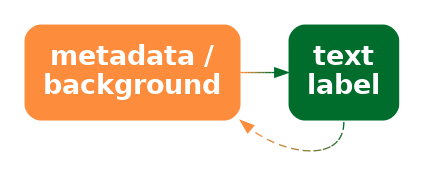
This is Diagrams/meta-label.png from pmur002/hdvw, a Graphviz export, as it was before one commit. Its source is kept beside it as Diagrams/meta-label.dot.
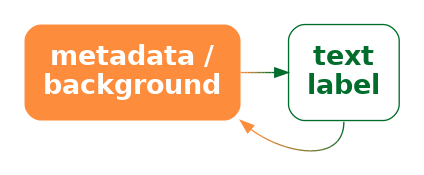
Above is the later version.

Change to the diagram source:
```diff
@@ -3,7 +3,7 @@
   node [ fontsize=20; fontname="sans bold"; margin=.2 ];
   meta [ label="metadata /\nbackground"; shape=box; style="filled, rounded"; penwidth=0; fontcolor=white; fillcolor="#FD8D3C" ]
   label [ label="text\nlabel"; shape=box;
-       style="filled, rounded"; penwidth=0; fontcolor=white; fillcolor="#006D2C" ]
-  meta -> label [ color="#FD8D3C;0.1:#E1893A;0.1:#C58638;0.1:#A98237;0.1:#8D7F35;0.1:#707B33;0.1:#547831;0.1:#387430;0.1:#1C712E;0.1:#006D2C;0.1" ]
-  label:s -> meta:se [ style="dashed", color="#006D2C;0.1:#1C712E;0.1:#387430;0.1:#547831;0.1:#707B33;0.1:#8D7F35;0.1:#A98237;0.1:#C58638;0.1:#E1893A;0.1:#FD8D3C;0.1" ]
+       style="rounded"; color="#006D2C"; fontcolor="#006D2C" ]
+  meta -> label [ style="bold"; penwidth=1; color="#FD8D3C;0.1:#E1893A;0.1:#C58638;0.1:#A98237;0.1:#8D7F35;0.1:#707B33;0.1:#547831;0.1:#387430;0.1:#1C712E;0.1:#006D2C;0.1" ]
+  label:s -> meta:se [ style="solid", color="#006D2C;0.1:#1C712E;0.1:#387430;0.1:#547831;0.1:#707B33;0.1:#8D7F35;0.1:#A98237;0.1:#C58638;0.1:#E1893A;0.1:#FD8D3C;0.1" ]
 }
```
